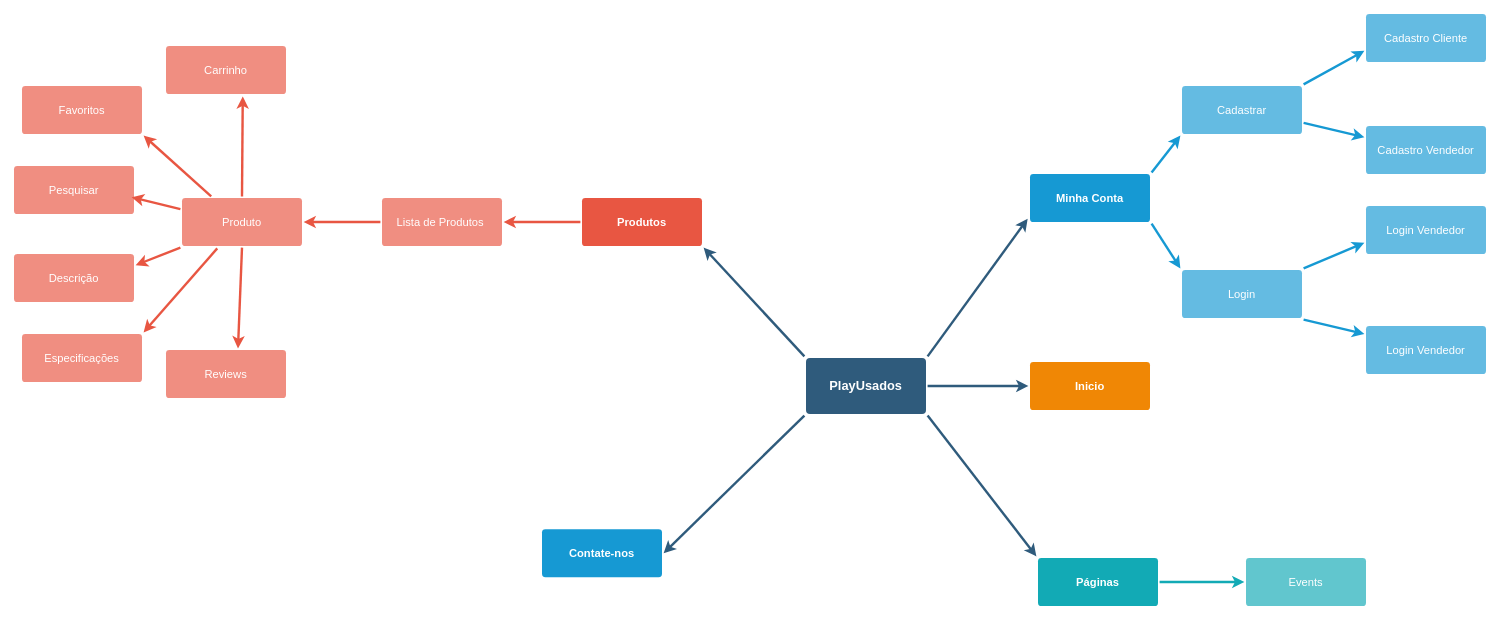
Before: mapa de navegação.drawio in kaiquecandido77/TECNINFO, a draw.io diagram. Source tidied: cells renumbered, new cells numbered last; positions are measured from the earlier drawing's top-left corner, leaving out a move shared by most shapes. Both pictures are drawn from the tidied source at 80%, with x=0, y=0 at pixel (14, 14).
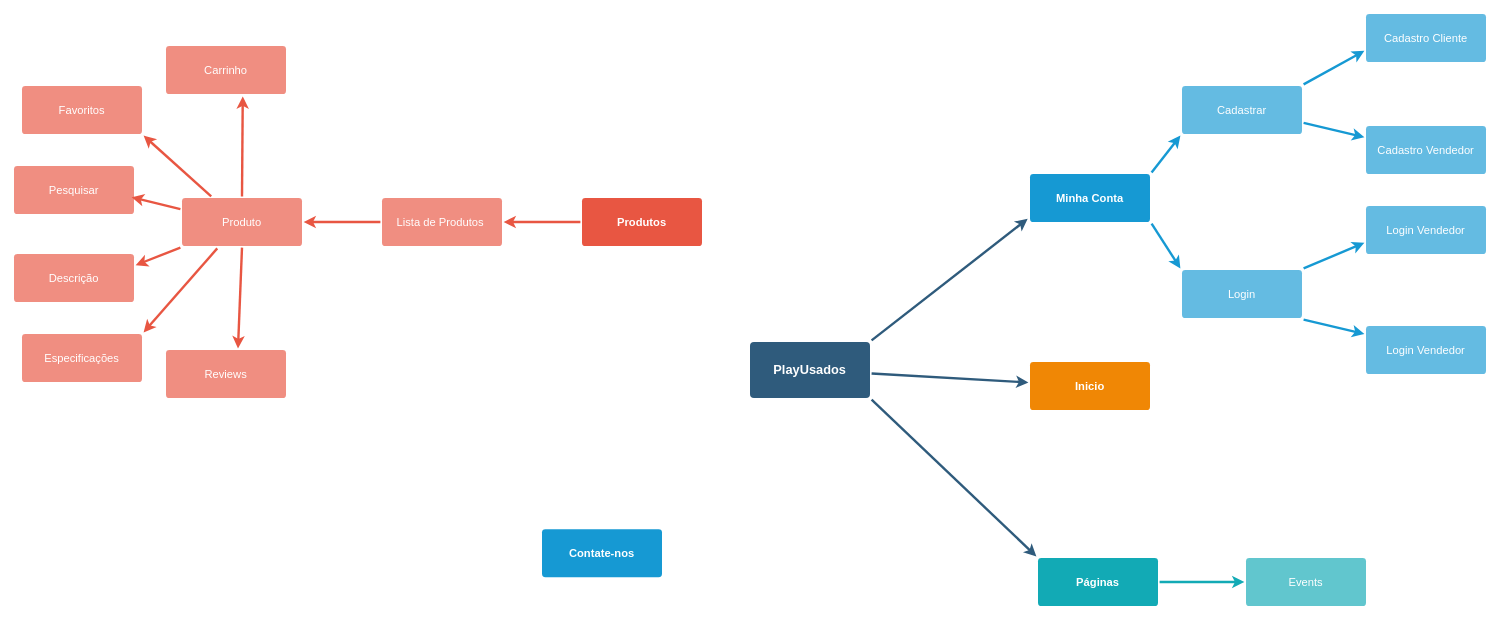
After the change.

Unchanged cells that the change refers to:
```xml
<mxCell id="7" value="Produtos" style="rounded=1;whiteSpace=wrap;html=1;shadow=0;labelBackgroundColor=none;strokeColor=none;strokeWidth=3;fillColor=#e85642;fontFamily=Helvetica;fontSize=14;fontColor=#FFFFFF;align=center;spacing=5;fontStyle=1;arcSize=7;perimeterSpacing=2;" parent="1" vertex="1">
  <mxGeometry x="710" y="230" width="150" height="60" as="geometry" />
</mxCell>
<mxCell id="16" value="Contate-nos" style="rounded=1;whiteSpace=wrap;html=1;shadow=0;labelBackgroundColor=none;strokeColor=none;strokeWidth=3;fillColor=#1699d3;fontFamily=Helvetica;fontSize=14;fontColor=#FFFFFF;align=center;spacing=5;fontStyle=1;arcSize=7;perimeterSpacing=2;" parent="1" vertex="1">
  <mxGeometry x="660" y="644" width="150" height="60" as="geometry" />
</mxCell>
```

What changed in the source:
```diff
@@
-    <mxCell id="4" style="edgeStyle=none;rounded=0;jumpStyle=none;html=1;shadow=0;labelBackgroundColor=none;startArrow=none;startFill=0;endArrow=classic;endFill=1;jettySize=auto;strokeColor=#2F5B7C;strokeWidth=3;fontFamily=Helvetica;fontSize=16;fontColor=#23445D;spacing=5;exitX=0;exitY=0;exitDx=0;exitDy=0;entryX=1;entryY=1;entryDx=0;entryDy=0;" parent="1" edge="1" source="5" target="7">
-      <mxGeometry relative="1" as="geometry" />
-    </mxCell>
     <mxCell id="5" value="PlayUsados" style="rounded=1;whiteSpace=wrap;html=1;shadow=0;labelBackgroundColor=none;strokeColor=none;strokeWidth=3;fillColor=#2F5B7C;fontFamily=Helvetica;fontSize=16;fontColor=#FFFFFF;align=center;fontStyle=1;spacing=5;arcSize=7;perimeterSpacing=2;" parent="1" vertex="1">
-      <mxGeometry x="990" y="430" width="150" height="70" as="geometry" />
+      <mxGeometry x="920" y="410" width="150" height="70" as="geometry" />
     </mxCell>
@@
-    <mxCell id="17" style="edgeStyle=none;rounded=0;jumpStyle=none;html=1;shadow=0;labelBackgroundColor=none;startArrow=none;startFill=0;endArrow=classic;endFill=1;jettySize=auto;strokeColor=#2F5B7C;strokeWidth=3;fontFamily=Helvetica;fontSize=16;fontColor=#23445D;spacing=5;exitX=0;exitY=1;exitDx=0;exitDy=0;entryX=1;entryY=0.5;entryDx=0;entryDy=0;" parent="1" edge="1" source="5" target="16">
-      <mxGeometry relative="1" as="geometry" />
-    </mxCell>
```
